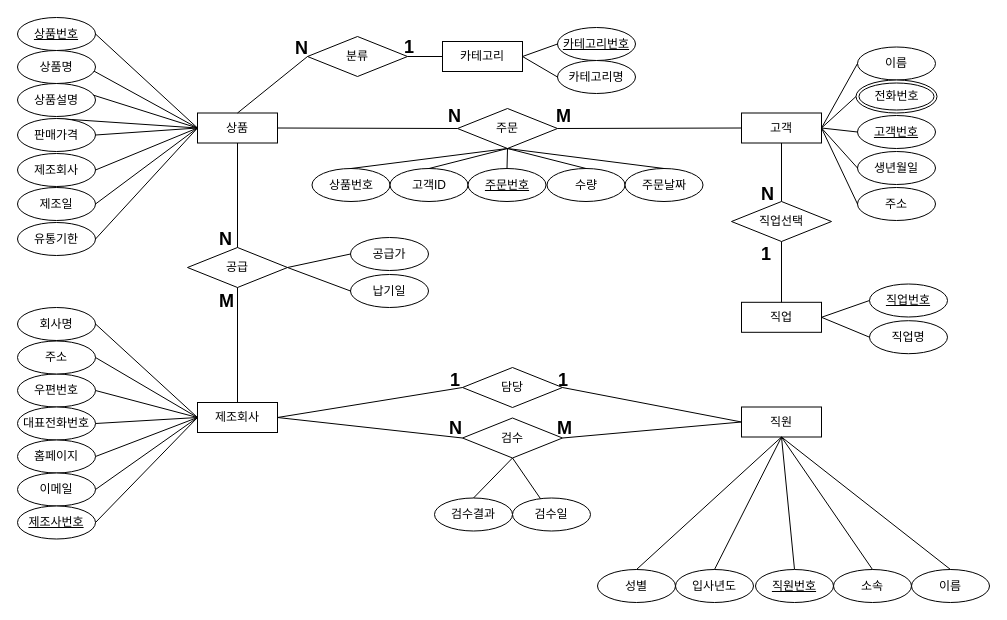
Before: 제목 없는 다이어그램.drawio in elese0821/db_draw_ERD, a draw.io diagram. Source tidied: cells renumbered, new cells numbered last; positions are measured from the earlier drawing's top-left corner, leaving out a move shared by most shapes. Both pictures are drawn from the tidied source at 100%, with x=0, y=0 at pixel (17, 17).
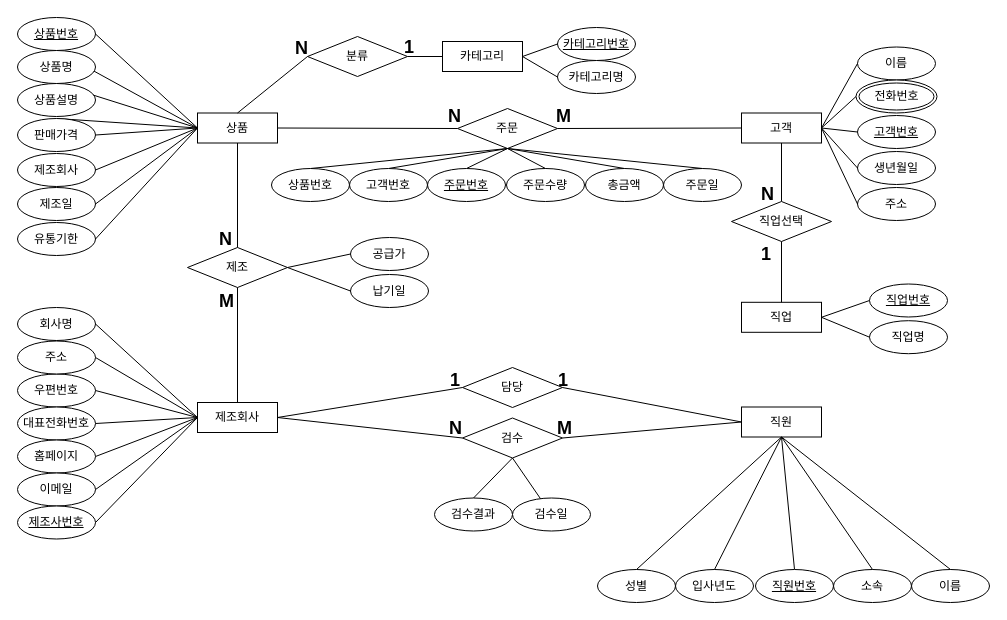
After the change.

Commit message:
제목 없는 다이어그램.drawio 업데이트

The change refers to these unchanged cells:
```xml
<mxCell id="48" value="주문" style="rhombus;whiteSpace=wrap;html=1;" parent="1" vertex="1">
  <mxGeometry x="440" y="91" width="100" height="40" as="geometry" />
</mxCell>
```

Diff of the diagram source:
```diff
@@
-    <mxCell id="51" value="공급" style="rhombus;whiteSpace=wrap;html=1;" parent="1" vertex="1">
+    <mxCell id="51" value="제조" style="rhombus;whiteSpace=wrap;html=1;" parent="1" vertex="1">
       <mxGeometry x="170" y="230" width="100" height="40" as="geometry" />
     </mxCell>
@@
     <mxCell id="64" value="상품번호" style="ellipse;whiteSpace=wrap;html=1;" parent="1" vertex="1">
-      <mxGeometry x="294.5" y="151" width="78" height="33" as="geometry" />
+      <mxGeometry x="254" y="151" width="78" height="33" as="geometry" />
     </mxCell>
@@
-    <mxCell id="68" value="고객ID" style="ellipse;whiteSpace=wrap;html=1;" parent="1" vertex="1">
-      <mxGeometry x="372.5" y="151" width="78" height="33" as="geometry" />
+    <mxCell id="68" value="고객번호" style="ellipse;whiteSpace=wrap;html=1;" parent="1" vertex="1">
+      <mxGeometry x="332" y="151" width="78" height="33" as="geometry" />
     </mxCell>
@@
     <mxCell id="70" value="주문번호" style="ellipse;whiteSpace=wrap;html=1;fontStyle=4;" parent="1" vertex="1">
-      <mxGeometry x="450.5" y="151" width="78" height="33" as="geometry" />
+      <mxGeometry x="410" y="151" width="78" height="33" as="geometry" />
     </mxCell>
@@
-    <mxCell id="82" value="수량" style="ellipse;whiteSpace=wrap;html=1;" parent="1" vertex="1">
-      <mxGeometry x="529.5" y="151" width="78" height="33" as="geometry" />
+    <mxCell id="82" value="주문수량" style="ellipse;whiteSpace=wrap;html=1;" parent="1" vertex="1">
+      <mxGeometry x="489" y="151" width="78" height="33" as="geometry" />
     </mxCell>
-    <mxCell id="83" value="주문날짜" style="ellipse;whiteSpace=wrap;html=1;" parent="1" vertex="1">
-      <mxGeometry x="607.5" y="151" width="78" height="33" as="geometry" />
+    <mxCell id="83" value="주문일" style="ellipse;whiteSpace=wrap;html=1;" parent="1" vertex="1">
+      <mxGeometry x="646" y="151" width="78" height="33" as="geometry" />
     </mxCell>
@@
+    <mxCell id="114" value="총금액" style="ellipse;whiteSpace=wrap;html=1;" parent="1" vertex="1">
+      <mxGeometry x="568" y="151" width="78" height="33" as="geometry" />
+    </mxCell>
+    <mxCell id="115" style="endArrow=none;html=1;rounded=0;entryX=0.5;entryY=1;entryDx=0;entryDy=0;exitX=0.5;exitY=0;exitDx=0;exitDy=0;" parent="1" edge="1" source="114" target="48">
+      <mxGeometry relative="1" as="geometry" />
+    </mxCell>
```
